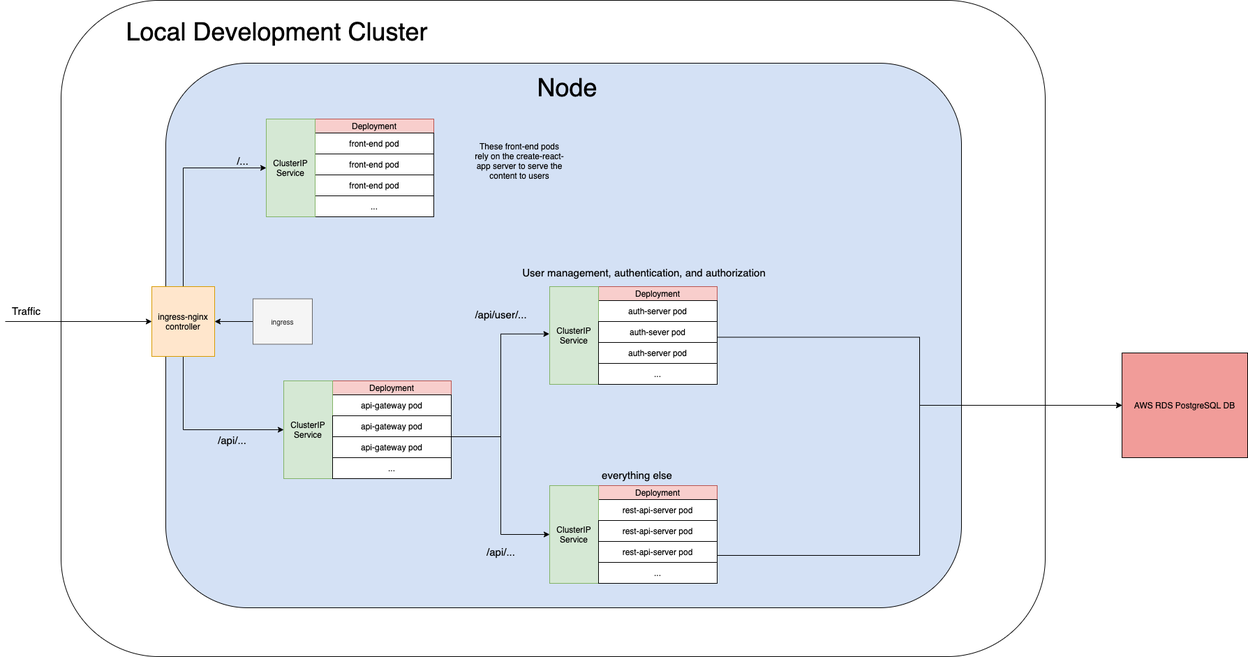
Daniel-Laufer/flashcard-app keeps this draw.io diagram as planning/local_cluster.png. Above is the earlier version. Source tidied: cells renumbered, new cells last; positions are measured from the earlier drawing's top-left corner, leaving out a move shared by most shapes. Source of this version:
```xml
<mxGraphModel>
  <root>
    <mxCell id="0" />
    <mxCell id="1" parent="0" />
    <mxCell id="2" style="rounded=1;whiteSpace=wrap;html=1;" parent="1" vertex="1">
      <mxGeometry x="80" width="1410" height="940" as="geometry" />
    </mxCell>
    <mxCell id="3" style="ellipse;whiteSpace=wrap;html=1;" parent="1" vertex="1">
      <mxGeometry x="645" y="165" width="150" height="90" as="geometry" />
    </mxCell>
    <mxCell id="4" style="rounded=1;whiteSpace=wrap;html=1;fillColor=#D4E1F5;" parent="1" vertex="1">
      <mxGeometry x="230" y="90" width="1140" height="780" as="geometry" />
    </mxCell>
    <mxCell id="5" style="edgeStyle=orthogonalEdgeStyle;rounded=0;jettySize=auto;html=1;exitX=0.5;exitY=0;exitDx=0;exitDy=0;entryX=0;entryY=0.5;entryDx=0;entryDy=0;" parent="1" edge="1" source="7" target="14">
      <mxGeometry relative="1" as="geometry" />
    </mxCell>
    <mxCell id="6" style="edgeStyle=orthogonalEdgeStyle;rounded=0;jettySize=auto;html=1;exitX=0.5;exitY=1;exitDx=0;exitDy=0;entryX=0;entryY=0.5;entryDx=0;entryDy=0;" parent="1" edge="1" source="7" target="40">
      <mxGeometry relative="1" as="geometry" />
    </mxCell>
    <mxCell id="7" value="ingress-nginx controller" style="rounded=0;whiteSpace=wrap;html=1;fillColor=#ffe6cc;strokeColor=#d79b00;" parent="1" vertex="1">
      <mxGeometry x="210" y="410" width="90" height="100" as="geometry" />
    </mxCell>
    <mxCell id="8" style="rounded=0;whiteSpace=wrap;html=1;" parent="1" vertex="1">
      <mxGeometry x="444" y="170" width="170" height="140" as="geometry" />
    </mxCell>
    <mxCell id="9" value="Deployment" style="rounded=0;whiteSpace=wrap;html=1;fillColor=#f8cecc;strokeColor=#b85450;" parent="1" vertex="1">
      <mxGeometry x="444" y="170" width="170" height="20" as="geometry" />
    </mxCell>
    <mxCell id="10" value="front-end pod" style="rounded=0;whiteSpace=wrap;html=1;" parent="1" vertex="1">
      <mxGeometry x="444" y="190" width="170" height="30" as="geometry" />
    </mxCell>
    <mxCell id="11" value="front-end pod" style="rounded=0;whiteSpace=wrap;html=1;" parent="1" vertex="1">
      <mxGeometry x="444" y="220" width="170" height="30" as="geometry" />
    </mxCell>
    <mxCell id="12" value="front-end pod" style="rounded=0;whiteSpace=wrap;html=1;" parent="1" vertex="1">
      <mxGeometry x="444" y="250" width="170" height="30" as="geometry" />
    </mxCell>
    <mxCell id="13" value="..." style="rounded=0;whiteSpace=wrap;html=1;" parent="1" vertex="1">
      <mxGeometry x="444" y="280" width="170" height="30" as="geometry" />
    </mxCell>
    <mxCell id="14" value="ClusterIP Service" style="rounded=0;whiteSpace=wrap;html=1;fillColor=#d5e8d4;strokeColor=#82b366;" parent="1" vertex="1">
      <mxGeometry x="374" y="170" width="70" height="140" as="geometry" />
    </mxCell>
    <mxCell id="15" value="&lt;font style=&quot;font-size: 15px&quot;&gt;/api/...&lt;/font&gt;" style="text;html=1;align=center;verticalAlign=middle;fillColor=none;strokeColor=none;rounded=0;" parent="1" vertex="1">
      <mxGeometry x="295" y="620" width="60" height="20" as="geometry" />
    </mxCell>
    <mxCell id="16" value="&lt;font style=&quot;font-size: 15px&quot;&gt;/...&lt;/font&gt;" style="text;html=1;align=center;verticalAlign=middle;fillColor=none;strokeColor=none;rounded=0;" parent="1" vertex="1">
      <mxGeometry x="325" y="220" width="30" height="20" as="geometry" />
    </mxCell>
    <mxCell id="17" style="rounded=0;whiteSpace=wrap;html=1;" parent="1" vertex="1">
      <mxGeometry x="850" y="430" width="170" height="120" as="geometry" />
    </mxCell>
    <mxCell id="18" value="Deployment" style="rounded=0;whiteSpace=wrap;html=1;fillColor=#f8cecc;strokeColor=#b85450;" parent="1" vertex="1">
      <mxGeometry x="850" y="410" width="170" height="20" as="geometry" />
    </mxCell>
    <mxCell id="19" value="auth-server pod" style="rounded=0;whiteSpace=wrap;html=1;" parent="1" vertex="1">
      <mxGeometry x="850" y="430" width="170" height="30" as="geometry" />
    </mxCell>
    <mxCell id="20" value="ClusterIP Service" style="rounded=0;whiteSpace=wrap;html=1;fillColor=#d5e8d4;strokeColor=#82b366;" parent="1" vertex="1">
      <mxGeometry x="780" y="410" width="70" height="140" as="geometry" />
    </mxCell>
    <mxCell id="21" style="rounded=0;whiteSpace=wrap;html=1;" parent="1" vertex="1">
      <mxGeometry x="850" y="715" width="170" height="120" as="geometry" />
    </mxCell>
    <mxCell id="22" value="Deployment" style="rounded=0;whiteSpace=wrap;html=1;fillColor=#f8cecc;strokeColor=#b85450;" parent="1" vertex="1">
      <mxGeometry x="850" y="695" width="170" height="20" as="geometry" />
    </mxCell>
    <mxCell id="23" value="rest-api-server pod" style="rounded=0;whiteSpace=wrap;html=1;" parent="1" vertex="1">
      <mxGeometry x="850" y="715" width="170" height="30" as="geometry" />
    </mxCell>
    <mxCell id="24" value="ClusterIP Service" style="rounded=0;whiteSpace=wrap;html=1;fillColor=#d5e8d4;strokeColor=#82b366;" parent="1" vertex="1">
      <mxGeometry x="780" y="695" width="70" height="140" as="geometry" />
    </mxCell>
    <mxCell id="25" value="&lt;font style=&quot;font-size: 15px&quot;&gt;User management, authentication, and authorization&lt;/font&gt;" style="text;html=1;align=center;verticalAlign=middle;fillColor=none;strokeColor=none;rounded=0;labelBackgroundColor=none;" parent="1" vertex="1">
      <mxGeometry x="735" y="380" width="360" height="20" as="geometry" />
    </mxCell>
    <mxCell id="26" value="&lt;span style=&quot;font-size: 36px&quot;&gt;Local Development Cluster&lt;/span&gt;" style="text;html=1;align=center;verticalAlign=middle;fillColor=none;strokeColor=none;rounded=0;" parent="1" vertex="1">
      <mxGeometry x="164" y="30" width="450" height="30" as="geometry" />
    </mxCell>
    <mxCell id="27" style="edgeStyle=orthogonalEdgeStyle;rounded=0;jettySize=auto;html=1;exitX=1;exitY=1;exitDx=0;exitDy=0;entryX=0;entryY=0.5;entryDx=0;entryDy=0;" parent="1" edge="1" source="28" target="46">
      <mxGeometry relative="1" as="geometry" />
    </mxCell>
    <mxCell id="28" value="rest-api-server&amp;nbsp;pod" style="rounded=0;whiteSpace=wrap;html=1;" parent="1" vertex="1">
      <mxGeometry x="850" y="745" width="170" height="30" as="geometry" />
    </mxCell>
    <mxCell id="29" value="rest-api-server&amp;nbsp;pod" style="rounded=0;whiteSpace=wrap;html=1;" parent="1" vertex="1">
      <mxGeometry x="850" y="775" width="170" height="30" as="geometry" />
    </mxCell>
    <mxCell id="30" value="..." style="rounded=0;whiteSpace=wrap;html=1;" parent="1" vertex="1">
      <mxGeometry x="850" y="805" width="170" height="30" as="geometry" />
    </mxCell>
    <mxCell id="31" style="edgeStyle=orthogonalEdgeStyle;rounded=0;jettySize=auto;html=1;exitX=1;exitY=0.75;exitDx=0;exitDy=0;entryX=0;entryY=0.5;entryDx=0;entryDy=0;" parent="1" edge="1" source="32" target="46">
      <mxGeometry relative="1" as="geometry" />
    </mxCell>
    <mxCell id="32" value="auth-sever pod" style="rounded=0;whiteSpace=wrap;html=1;" parent="1" vertex="1">
      <mxGeometry x="850" y="460" width="170" height="30" as="geometry" />
    </mxCell>
    <mxCell id="33" value="auth-server pod" style="rounded=0;whiteSpace=wrap;html=1;" parent="1" vertex="1">
      <mxGeometry x="850" y="490" width="170" height="30" as="geometry" />
    </mxCell>
    <mxCell id="34" value="..." style="rounded=0;whiteSpace=wrap;html=1;" parent="1" vertex="1">
      <mxGeometry x="850" y="520" width="170" height="30" as="geometry" />
    </mxCell>
    <mxCell id="35" value="&lt;font style=&quot;font-size: 15px&quot;&gt;everything else&lt;/font&gt;" style="text;html=1;align=center;verticalAlign=middle;fillColor=none;strokeColor=none;rounded=0;labelBackgroundColor=none;" parent="1" vertex="1">
      <mxGeometry x="845" y="670" width="120" height="20" as="geometry" />
    </mxCell>
    <mxCell id="36" value="&lt;font style=&quot;font-size: 36px&quot;&gt;Node&lt;/font&gt;" style="text;html=1;align=center;verticalAlign=middle;strokeColor=none;rounded=0;" parent="1" vertex="1">
      <mxGeometry x="755" y="110" width="100" height="30" as="geometry" />
    </mxCell>
    <mxCell id="37" style="rounded=0;whiteSpace=wrap;html=1;" parent="1" vertex="1">
      <mxGeometry x="469" y="565" width="170" height="120" as="geometry" />
    </mxCell>
    <mxCell id="38" value="Deployment" style="rounded=0;whiteSpace=wrap;html=1;fillColor=#f8cecc;strokeColor=#b85450;" parent="1" vertex="1">
      <mxGeometry x="469" y="545" width="170" height="20" as="geometry" />
    </mxCell>
    <mxCell id="39" value="api-gateway pod" style="rounded=0;whiteSpace=wrap;html=1;" parent="1" vertex="1">
      <mxGeometry x="469" y="565" width="170" height="30" as="geometry" />
    </mxCell>
    <mxCell id="40" value="ClusterIP Service" style="rounded=0;whiteSpace=wrap;html=1;fillColor=#d5e8d4;strokeColor=#82b366;" parent="1" vertex="1">
      <mxGeometry x="399" y="545" width="70" height="140" as="geometry" />
    </mxCell>
    <mxCell id="41" style="edgeStyle=orthogonalEdgeStyle;rounded=0;jettySize=auto;html=1;exitX=1;exitY=1;exitDx=0;exitDy=0;entryX=-0.006;entryY=0.484;entryDx=0;entryDy=0;entryPerimeter=0;" parent="1" edge="1" source="43" target="20">
      <mxGeometry relative="1" as="geometry">
        <Array as="points">
          <mxPoint x="710" y="625" />
          <mxPoint x="710" y="478" />
        </Array>
      </mxGeometry>
    </mxCell>
    <mxCell id="42" style="edgeStyle=orthogonalEdgeStyle;rounded=0;jettySize=auto;html=1;exitX=1;exitY=1;exitDx=0;exitDy=0;entryX=0;entryY=0.5;entryDx=0;entryDy=0;" parent="1" edge="1" source="43" target="24">
      <mxGeometry relative="1" as="geometry">
        <Array as="points">
          <mxPoint x="710" y="625" />
          <mxPoint x="710" y="765" />
        </Array>
      </mxGeometry>
    </mxCell>
    <mxCell id="43" value="api-gateway pod" style="rounded=0;whiteSpace=wrap;html=1;" parent="1" vertex="1">
      <mxGeometry x="469" y="595" width="170" height="30" as="geometry" />
    </mxCell>
    <mxCell id="44" value="api-gateway pod" style="rounded=0;whiteSpace=wrap;html=1;" parent="1" vertex="1">
      <mxGeometry x="469" y="625" width="170" height="30" as="geometry" />
    </mxCell>
    <mxCell id="45" value="..." style="rounded=0;whiteSpace=wrap;html=1;" parent="1" vertex="1">
      <mxGeometry x="469" y="655" width="170" height="30" as="geometry" />
    </mxCell>
    <mxCell id="46" value="AWS RDS PostgreSQL DB" style="rounded=0;whiteSpace=wrap;html=1;fillColor=#F19C99;" parent="1" vertex="1">
      <mxGeometry x="1600" y="505" width="180" height="150" as="geometry" />
    </mxCell>
    <mxCell id="47" value="&lt;font style=&quot;font-size: 15px&quot;&gt;/api/...&lt;/font&gt;" style="text;html=1;align=center;verticalAlign=middle;fillColor=none;strokeColor=none;rounded=0;" parent="1" vertex="1">
      <mxGeometry x="680" y="780" width="60" height="20" as="geometry" />
    </mxCell>
    <mxCell id="48" value="&lt;font style=&quot;font-size: 15px&quot;&gt;/api/user/...&lt;/font&gt;" style="text;html=1;align=center;verticalAlign=middle;fillColor=none;strokeColor=none;rounded=0;" parent="1" vertex="1">
      <mxGeometry x="665" y="440" width="90" height="20" as="geometry" />
    </mxCell>
    <mxCell id="49" style="edgeStyle=orthogonalEdgeStyle;rounded=0;jettySize=auto;html=1;startArrow=none;startFill=0;" parent="1" edge="1" target="7">
      <mxGeometry relative="1" as="geometry">
        <mxPoint y="460" as="sourcePoint" />
      </mxGeometry>
    </mxCell>
    <mxCell id="50" value="&lt;font style=&quot;font-size: 15px&quot;&gt;Traffic&lt;/font&gt;" style="text;html=1;align=center;verticalAlign=middle;points=[];fillColor=none;strokeColor=none;rounded=0;" parent="1" vertex="1">
      <mxGeometry y="435" width="60" height="20" as="geometry" />
    </mxCell>
    <mxCell id="51" value="These front-end pods rely on the create-react-app server to serve the content to users" style="text;html=1;strokeColor=none;fillColor=none;align=center;verticalAlign=middle;whiteSpace=wrap;rounded=0;" parent="1" vertex="1">
      <mxGeometry x="669" y="220" width="136" height="20" as="geometry" />
    </mxCell>
    <mxCell id="52" style="edgeStyle=orthogonalEdgeStyle;rounded=0;jettySize=auto;html=1;startArrow=none;startFill=0;entryX=1;entryY=0.5;entryDx=0;entryDy=0;" parent="1" edge="1" source="53" target="7">
      <mxGeometry relative="1" as="geometry" />
    </mxCell>
    <mxCell id="53" value="&lt;font style=&quot;font-size: 10px&quot;&gt;ingress&lt;/font&gt;" style="rounded=0;whiteSpace=wrap;html=1;fillColor=#f5f5f5;strokeColor=#666666;fontColor=#333333;" parent="1" vertex="1">
      <mxGeometry x="355" y="427.5" width="85" height="65" as="geometry" />
    </mxCell>
  </root>
</mxGraphModel>
```
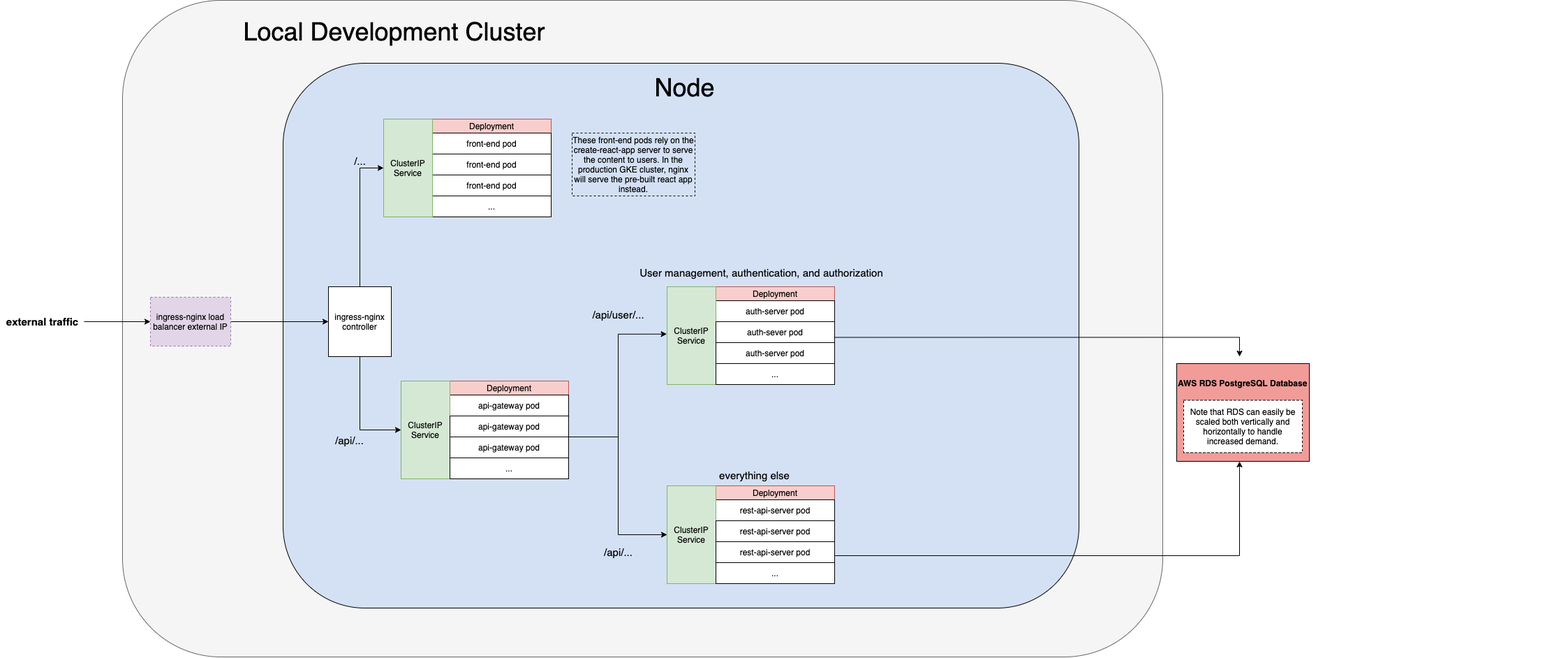
The same file after the commit.

Commit message:
updated kubernetes diagrams

What changed in the source:
```diff
@@ -2,8 +2,8 @@
   <root>
     <mxCell id="0" />
     <mxCell id="1" parent="0" />
-    <mxCell id="2" style="rounded=1;whiteSpace=wrap;html=1;" parent="1" vertex="1">
-      <mxGeometry x="80" width="1410" height="940" as="geometry" />
+    <mxCell id="2" style="rounded=1;whiteSpace=wrap;html=1;fillColor=#f5f5f5;strokeColor=#666666;fontColor=#333333;" parent="1" vertex="1">
+      <mxGeometry width="1490" height="940" as="geometry" />
     </mxCell>
     <mxCell id="3" style="ellipse;whiteSpace=wrap;html=1;" parent="1" vertex="1">
       <mxGeometry x="645" y="165" width="150" height="90" as="geometry" />
@@ -17,8 +17,8 @@
     <mxCell id="6" style="edgeStyle=orthogonalEdgeStyle;rounded=0;jettySize=auto;html=1;exitX=0.5;exitY=1;exitDx=0;exitDy=0;entryX=0;entryY=0.5;entryDx=0;entryDy=0;" parent="1" edge="1" source="7" target="40">
       <mxGeometry relative="1" as="geometry" />
     </mxCell>
-    <mxCell id="7" value="ingress-nginx controller" style="rounded=0;whiteSpace=wrap;html=1;fillColor=#ffe6cc;strokeColor=#d79b00;" parent="1" vertex="1">
-      <mxGeometry x="210" y="410" width="90" height="100" as="geometry" />
+    <mxCell id="7" value="ingress-nginx controller" style="rounded=0;whiteSpace=wrap;html=1;" parent="1" vertex="1">
+      <mxGeometry x="295" y="410" width="90" height="100" as="geometry" />
     </mxCell>
     <mxCell id="8" style="rounded=0;whiteSpace=wrap;html=1;" parent="1" vertex="1">
       <mxGeometry x="444" y="170" width="170" height="140" as="geometry" />
@@ -77,8 +77,10 @@
     <mxCell id="26" value="&lt;span style=&quot;font-size: 36px&quot;&gt;Local Development Cluster&lt;/span&gt;" style="text;html=1;align=center;verticalAlign=middle;fillColor=none;strokeColor=none;rounded=0;" parent="1" vertex="1">
       <mxGeometry x="164" y="30" width="450" height="30" as="geometry" />
     </mxCell>
-    <mxCell id="27" style="edgeStyle=orthogonalEdgeStyle;rounded=0;jettySize=auto;html=1;exitX=1;exitY=1;exitDx=0;exitDy=0;entryX=0;entryY=0.5;entryDx=0;entryDy=0;" parent="1" edge="1" source="28" target="46">
-      <mxGeometry relative="1" as="geometry" />
+    <mxCell id="27" style="edgeStyle=orthogonalEdgeStyle;rounded=0;jettySize=auto;html=1;exitX=1;exitY=1;exitDx=0;exitDy=0;" parent="1" edge="1" source="28">
+      <mxGeometry relative="1" as="geometry">
+        <mxPoint x="1600" y="660" as="targetPoint" />
+      </mxGeometry>
     </mxCell>
     <mxCell id="28" value="rest-api-server&amp;nbsp;pod" style="rounded=0;whiteSpace=wrap;html=1;" parent="1" vertex="1">
       <mxGeometry x="850" y="745" width="170" height="30" as="geometry" />
@@ -89,8 +91,10 @@
     <mxCell id="30" value="..." style="rounded=0;whiteSpace=wrap;html=1;" parent="1" vertex="1">
       <mxGeometry x="850" y="805" width="170" height="30" as="geometry" />
     </mxCell>
-    <mxCell id="31" style="edgeStyle=orthogonalEdgeStyle;rounded=0;jettySize=auto;html=1;exitX=1;exitY=0.75;exitDx=0;exitDy=0;entryX=0;entryY=0.5;entryDx=0;entryDy=0;" parent="1" edge="1" source="32" target="46">
-      <mxGeometry relative="1" as="geometry" />
+    <mxCell id="31" style="edgeStyle=orthogonalEdgeStyle;rounded=0;jettySize=auto;html=1;exitX=1;exitY=0.75;exitDx=0;exitDy=0;" parent="1" edge="1" source="32">
+      <mxGeometry relative="1" as="geometry">
+        <mxPoint x="1600" y="510" as="targetPoint" />
+      </mxGeometry>
     </mxCell>
     <mxCell id="32" value="auth-sever pod" style="rounded=0;whiteSpace=wrap;html=1;" parent="1" vertex="1">
       <mxGeometry x="850" y="460" width="170" height="30" as="geometry" />
@@ -144,31 +148,37 @@
     <mxCell id="45" value="..." style="rounded=0;whiteSpace=wrap;html=1;" parent="1" vertex="1">
       <mxGeometry x="469" y="655" width="170" height="30" as="geometry" />
     </mxCell>
-    <mxCell id="46" value="AWS RDS PostgreSQL DB" style="rounded=0;whiteSpace=wrap;html=1;fillColor=#F19C99;" parent="1" vertex="1">
-      <mxGeometry x="1600" y="505" width="180" height="150" as="geometry" />
-    </mxCell>
     <mxCell id="47" value="&lt;font style=&quot;font-size: 15px&quot;&gt;/api/...&lt;/font&gt;" style="text;html=1;align=center;verticalAlign=middle;fillColor=none;strokeColor=none;rounded=0;" parent="1" vertex="1">
       <mxGeometry x="680" y="780" width="60" height="20" as="geometry" />
     </mxCell>
     <mxCell id="48" value="&lt;font style=&quot;font-size: 15px&quot;&gt;/api/user/...&lt;/font&gt;" style="text;html=1;align=center;verticalAlign=middle;fillColor=none;strokeColor=none;rounded=0;" parent="1" vertex="1">
       <mxGeometry x="665" y="440" width="90" height="20" as="geometry" />
     </mxCell>
-    <mxCell id="49" style="edgeStyle=orthogonalEdgeStyle;rounded=0;jettySize=auto;html=1;startArrow=none;startFill=0;" parent="1" edge="1" target="7">
-      <mxGeometry relative="1" as="geometry">
-        <mxPoint y="460" as="sourcePoint" />
-      </mxGeometry>
-    </mxCell>
+    <mxCell id="54" style="edgeStyle=orthogonalEdgeStyle;rounded=0;jettySize=auto;html=1;" parent="1" edge="1" source="50">
+      <mxGeometry relative="1" as="geometry">
+        <mxPoint x="40" y="460" as="targetPoint" />
+      </mxGeometry>
+    </mxCell>
-    <mxCell id="50" value="&lt;font style=&quot;font-size: 15px&quot;&gt;Traffic&lt;/font&gt;" style="text;html=1;align=center;verticalAlign=middle;points=[];fillColor=none;strokeColor=none;rounded=0;" parent="1" vertex="1">
-      <mxGeometry y="435" width="60" height="20" as="geometry" />
+    <mxCell id="50" value="&lt;font style=&quot;font-size: 15px&quot;&gt;&lt;b&gt;external traffic&lt;/b&gt;&lt;/font&gt;" style="text;html=1;align=center;verticalAlign=middle;points=[];fillColor=none;strokeColor=none;rounded=0;" parent="1" vertex="1">
+      <mxGeometry x="-175" y="450" width="120" height="20" as="geometry" />
     </mxCell>
-    <mxCell id="51" value="These front-end pods rely on the create-react-app server to serve the content to users" style="text;html=1;strokeColor=none;fillColor=none;align=center;verticalAlign=middle;whiteSpace=wrap;rounded=0;" parent="1" vertex="1">
-      <mxGeometry x="669" y="220" width="136" height="20" as="geometry" />
+    <mxCell id="51" value="These front-end pods rely on the create-react-app server to serve the content to users. In the production GKE cluster, nginx will serve the pre-built react app instead." style="text;html=1;fillColor=none;align=center;verticalAlign=middle;whiteSpace=wrap;rounded=0;strokeColor=#000000;dashed=1;" parent="1" vertex="1">
+      <mxGeometry x="644" y="190" width="176" height="90" as="geometry" />
     </mxCell>
-    <mxCell id="52" style="edgeStyle=orthogonalEdgeStyle;rounded=0;jettySize=auto;html=1;startArrow=none;startFill=0;entryX=1;entryY=0.5;entryDx=0;entryDy=0;" parent="1" edge="1" source="53" target="7">
-      <mxGeometry relative="1" as="geometry" />
-    </mxCell>
-    <mxCell id="53" value="&lt;font style=&quot;font-size: 10px&quot;&gt;ingress&lt;/font&gt;" style="rounded=0;whiteSpace=wrap;html=1;fillColor=#f5f5f5;strokeColor=#666666;fontColor=#333333;" parent="1" vertex="1">
-      <mxGeometry x="355" y="427.5" width="85" height="65" as="geometry" />
-    </mxCell>
+    <mxCell id="55" style="edgeStyle=orthogonalEdgeStyle;rounded=0;jettySize=auto;html=1;exitX=1;exitY=0.5;exitDx=0;exitDy=0;entryX=0;entryY=0.5;entryDx=0;entryDy=0;" parent="1" edge="1" source="56" target="7">
+      <mxGeometry relative="1" as="geometry" />
+    </mxCell>
+    <mxCell id="56" value="&lt;font style=&quot;font-size: 12px&quot;&gt;ingress-nginx load balancer external IP&lt;/font&gt;" style="rounded=0;whiteSpace=wrap;html=1;dashed=1;fillColor=#e1d5e7;strokeColor=#9673a6;" parent="1" vertex="1">
+      <mxGeometry x="40" y="425" width="115" height="70" as="geometry" />
+    </mxCell>
+    <mxCell id="57" style="rounded=0;whiteSpace=wrap;html=1;fillColor=#F19C99;" parent="1" vertex="1">
+      <mxGeometry x="1510" y="520" width="190" height="140" as="geometry" />
+    </mxCell>
+    <mxCell id="58" value="&lt;span style=&quot;color: rgb(0 , 0 , 0) ; font-family: &amp;#34;helvetica&amp;#34; ; font-style: normal ; letter-spacing: normal ; text-align: center ; text-indent: 0px ; text-transform: none ; word-spacing: 0px ; display: inline ; float: none&quot;&gt;&lt;b&gt;&lt;font style=&quot;font-size: 12px&quot;&gt;AWS RDS PostgreSQL Database&lt;/font&gt;&lt;/b&gt;&lt;/span&gt;" style="text;whiteSpace=wrap;html=1;perimeterSpacing=0;fontColor=#333333;" parent="1" vertex="1">
+      <mxGeometry x="1510" y="535" width="560" height="30" as="geometry" />
+    </mxCell>
+    <mxCell id="59" value="&lt;font style=&quot;font-size: 12px&quot;&gt;Note that RDS can easily be scaled both vertically and horizontally to handle increased demand.&lt;/font&gt;" style="rounded=0;whiteSpace=wrap;html=1;dashed=1;" parent="1" vertex="1">
+      <mxGeometry x="1520" y="572.5" width="170" height="75" as="geometry" />
+    </mxCell>
   </root>
 </mxGraphModel>
```
